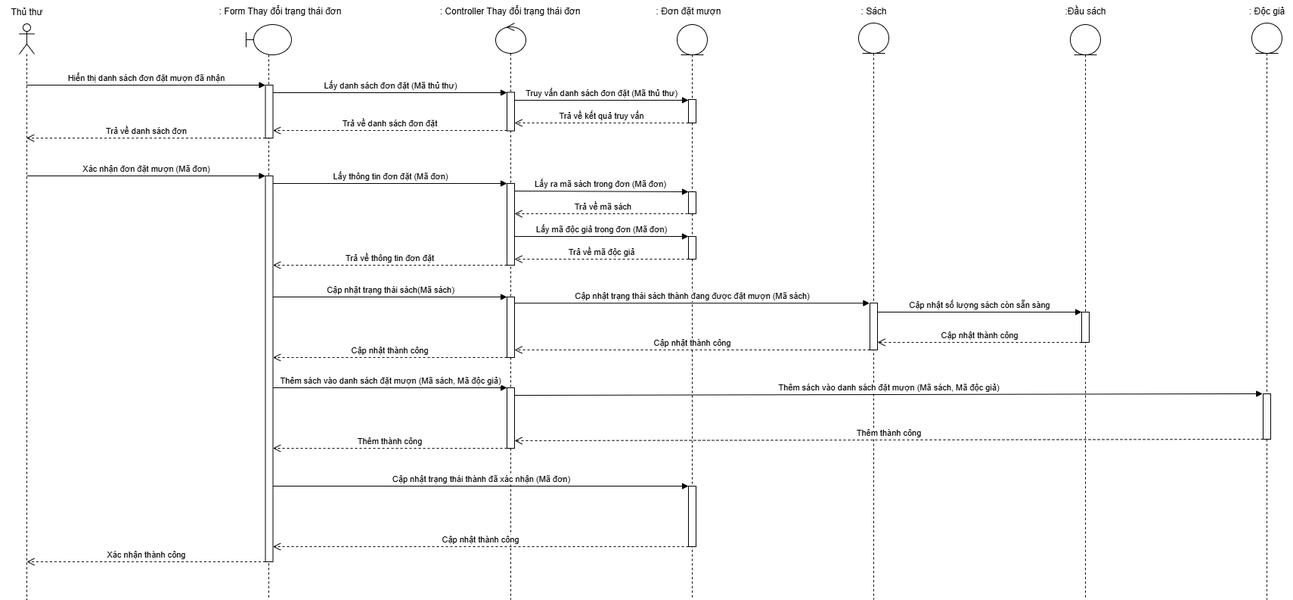
This is Sequence Diagram/UC Đặt mượn sách/Actor Thủ thư - Xác nhận đơn đặt mượn.png from kimcuongdev/LibrarySystemAD, a draw.io export, as it was before one commit. Source tidied: cells renumbered, new cells last; positions are measured from the earlier drawing's top-left corner, leaving out a move shared by most shapes.
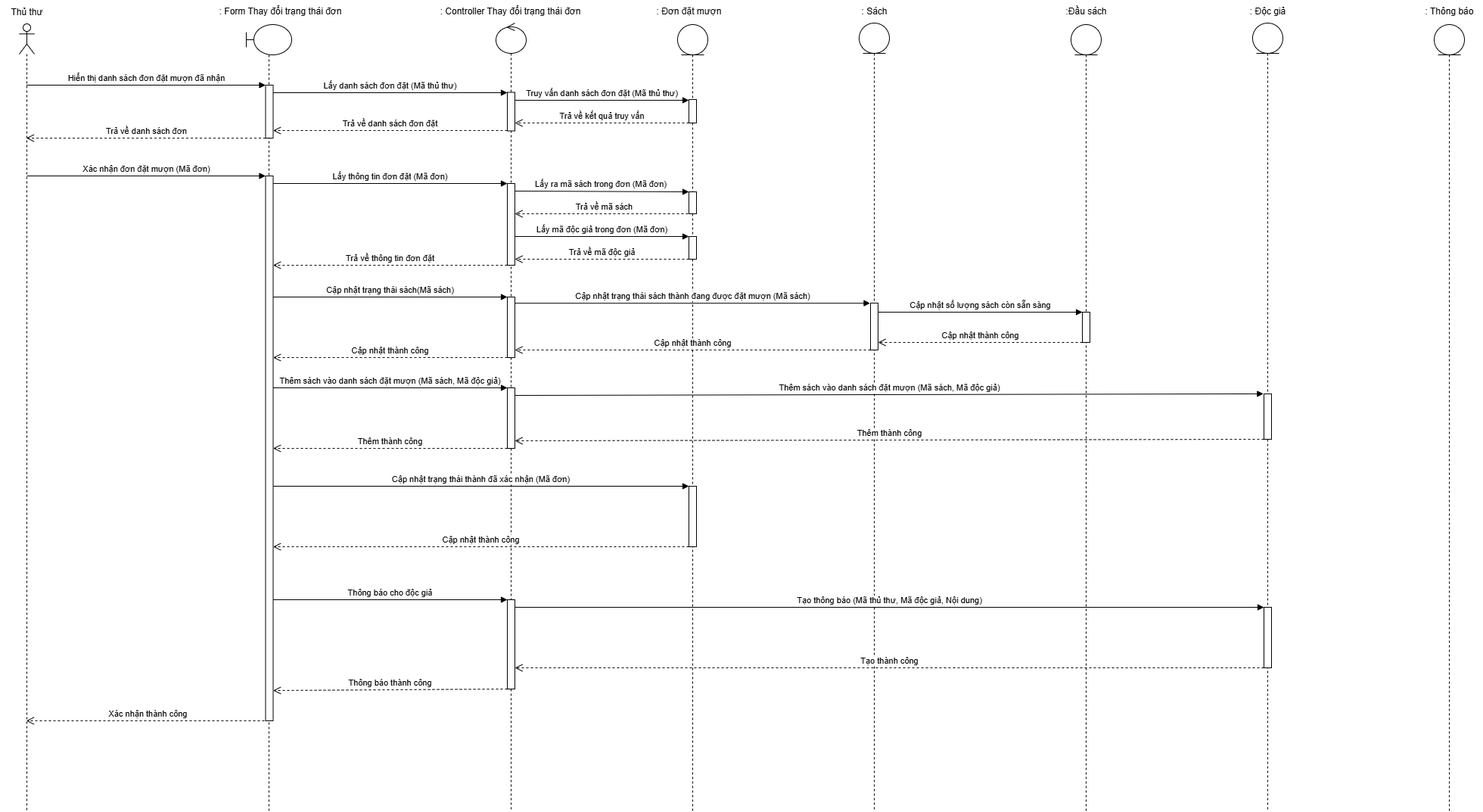
After the change.

What changed in the source:
```diff
@@ -3,10 +3,10 @@
     <mxCell id="0" />
     <mxCell id="1" parent="0" />
     <mxCell id="2" style="shape=umlLifeline;perimeter=lifelinePerimeter;whiteSpace=wrap;html=1;outlineConnect=0;portConstraint=eastwest;newEdgeStyle={&quot;curved&quot;:0,&quot;rounded&quot;:0};participant=umlActor;" parent="1" vertex="1">
-      <mxGeometry x="25" y="31" width="20" height="761" as="geometry" />
+      <mxGeometry x="25" y="31" width="20" height="1041" as="geometry" />
     </mxCell>
     <mxCell id="3" style="shape=umlLifeline;perimeter=lifelinePerimeter;whiteSpace=wrap;html=1;newEdgeStyle={&quot;curved&quot;:0,&quot;rounded&quot;:0};participant=umlBoundary;" parent="1" vertex="1">
-      <mxGeometry x="325" y="32" width="60" height="760" as="geometry" />
+      <mxGeometry x="325" y="32" width="60" height="1040" as="geometry" />
     </mxCell>
     <mxCell id="4" style="html=1;perimeter=orthogonalPerimeter;targetShapes=umlLifeline;newEdgeStyle={&quot;curved&quot;:0,&quot;rounded&quot;:0};" parent="3" vertex="1">
       <mxGeometry x="25.5" y="80" width="10" height="70" as="geometry" />
@@ -32,10 +32,10 @@
       </mxGeometry>
     </mxCell>
     <mxCell id="9" style="html=1;points=[[0,0,0,0,5],[0,1,0,0,-5],[1,0,0,0,5],[1,1,0,0,-5]];perimeter=orthogonalPerimeter;outlineConnect=0;targetShapes=umlLifeline;portConstraint=eastwest;newEdgeStyle={&quot;curved&quot;:0,&quot;rounded&quot;:0};" parent="3" vertex="1">
-      <mxGeometry x="25.5" y="200" width="10" height="510" as="geometry" />
+      <mxGeometry x="25.5" y="200" width="10" height="720" as="geometry" />
     </mxCell>
     <mxCell id="10" style="shape=umlLifeline;perimeter=lifelinePerimeter;whiteSpace=wrap;html=1;newEdgeStyle={&quot;curved&quot;:0,&quot;rounded&quot;:0};participant=umlControl;" parent="1" vertex="1">
-      <mxGeometry x="655" y="30" width="40" height="762" as="geometry" />
+      <mxGeometry x="655" y="30" width="40" height="1042" as="geometry" />
     </mxCell>
     <mxCell id="11" style="html=1;points=[[0,0,0,0,5],[0,1,0,0,-5],[1,0,0,0,5],[1,1,0,0,-5]];perimeter=orthogonalPerimeter;outlineConnect=0;targetShapes=umlLifeline;portConstraint=eastwest;newEdgeStyle={&quot;curved&quot;:0,&quot;rounded&quot;:0};" parent="10" vertex="1">
       <mxGeometry x="15" y="91.5" width="10" height="51" as="geometry" />
@@ -49,8 +49,11 @@
     <mxCell id="14" style="html=1;perimeter=orthogonalPerimeter;targetShapes=umlLifeline;newEdgeStyle={&quot;curved&quot;:0,&quot;rounded&quot;:0};" parent="10" vertex="1">
       <mxGeometry x="15" y="482" width="10" height="80" as="geometry" />
     </mxCell>
+    <mxCell id="56" style="html=1;points=[[0,0,0,0,5],[0,1,0,0,-5],[1,0,0,0,5],[1,1,0,0,-5]];perimeter=orthogonalPerimeter;outlineConnect=0;targetShapes=umlLifeline;portConstraint=eastwest;newEdgeStyle={&quot;curved&quot;:0,&quot;rounded&quot;:0};" parent="10" vertex="1">
+      <mxGeometry x="15" y="762" width="10" height="118" as="geometry" />
+    </mxCell>
     <mxCell id="15" style="shape=umlLifeline;perimeter=lifelinePerimeter;whiteSpace=wrap;html=1;newEdgeStyle={&quot;curved&quot;:0,&quot;rounded&quot;:0};participant=umlEntity;" parent="1" vertex="1">
-      <mxGeometry x="895" y="32" width="40" height="760" as="geometry" />
+      <mxGeometry x="895" y="32" width="40" height="1040" as="geometry" />
     </mxCell>
     <mxCell id="16" style="html=1;perimeter=orthogonalPerimeter;targetShapes=umlLifeline;newEdgeStyle={&quot;curved&quot;:0,&quot;rounded&quot;:0};" parent="15" vertex="1">
       <mxGeometry x="15" y="99" width="10" height="31" as="geometry" />
@@ -74,13 +77,13 @@
       <mxGeometry x="15" y="610" width="10" height="80" as="geometry" />
     </mxCell>
     <mxCell id="21" style="shape=umlLifeline;perimeter=lifelinePerimeter;whiteSpace=wrap;html=1;newEdgeStyle={&quot;curved&quot;:0,&quot;rounded&quot;:0};participant=umlEntity;" parent="1" vertex="1">
-      <mxGeometry x="1415" y="32" width="40" height="760" as="geometry" />
+      <mxGeometry x="1415" y="32" width="40" height="1040" as="geometry" />
     </mxCell>
     <mxCell id="22" style="html=1;perimeter=orthogonalPerimeter;targetShapes=umlLifeline;newEdgeStyle={&quot;curved&quot;:0,&quot;rounded&quot;:0};" parent="21" vertex="1">
       <mxGeometry x="15" y="380" width="10" height="40" as="geometry" />
     </mxCell>
     <mxCell id="23" style="shape=umlLifeline;perimeter=lifelinePerimeter;whiteSpace=wrap;html=1;newEdgeStyle={&quot;curved&quot;:0,&quot;rounded&quot;:0};participant=umlEntity;" parent="1" vertex="1">
-      <mxGeometry x="1135" y="30" width="40" height="762" as="geometry" />
+      <mxGeometry x="1135" y="30" width="40" height="1042" as="geometry" />
     </mxCell>
     <mxCell id="24" style="html=1;points=[[0,0,0,0,5],[0,1,0,0,-5],[1,0,0,0,5],[1,1,0,0,-5]];perimeter=orthogonalPerimeter;outlineConnect=0;targetShapes=umlLifeline;portConstraint=eastwest;newEdgeStyle={&quot;curved&quot;:0,&quot;rounded&quot;:0};" parent="23" vertex="1">
       <mxGeometry x="15" y="370" width="10" height="62" as="geometry" />
@@ -104,11 +107,14 @@
       <mxGeometry x="1395" width="80" height="30" as="geometry" />
     </mxCell>
     <mxCell id="31" style="shape=umlLifeline;perimeter=lifelinePerimeter;whiteSpace=wrap;html=1;newEdgeStyle={&quot;curved&quot;:0,&quot;rounded&quot;:0};participant=umlEntity;" parent="1" vertex="1">
-      <mxGeometry x="1655" y="30" width="40" height="762" as="geometry" />
+      <mxGeometry x="1655" y="30" width="40" height="1042" as="geometry" />
     </mxCell>
     <mxCell id="32" style="html=1;points=[[0,0,0,0,5],[0,1,0,0,-5],[1,0,0,0,5],[1,1,0,0,-5]];perimeter=orthogonalPerimeter;outlineConnect=0;targetShapes=umlLifeline;portConstraint=eastwest;newEdgeStyle={&quot;curved&quot;:0,&quot;rounded&quot;:0};" parent="31" vertex="1">
       <mxGeometry x="15" y="490" width="10" height="60" as="geometry" />
     </mxCell>
+    <mxCell id="57" style="html=1;perimeter=orthogonalPerimeter;targetShapes=umlLifeline;newEdgeStyle={&quot;curved&quot;:0,&quot;rounded&quot;:0};" parent="31" vertex="1">
+      <mxGeometry x="15" y="772" width="10" height="80" as="geometry" />
+    </mxCell>
     <mxCell id="33" value=": Độc giả" style="text;html=1;align=center;verticalAlign=middle;strokeColor=none;fillColor=none;" parent="1" vertex="1">
       <mxGeometry x="1640" width="70" height="30" as="geometry" />
     </mxCell>
@@ -118,11 +124,6 @@
         <mxPoint x="350.5" y="232" as="targetPoint" />
       </mxGeometry>
     </mxCell>
-    <mxCell id="35" value="Xác nhận thành công" style="html=1;verticalAlign=bottom;endArrow=open;dashed=1;endSize=8;curved=0;rounded=0;" parent="1" edge="1" source="9">
-      <mxGeometry relative="1" as="geometry">
-        <mxPoint x="35" y="742" as="targetPoint" />
-      </mxGeometry>
-    </mxCell>
     <mxCell id="36" value="Lấy thông tin đơn đặt (Mã đơn)" style="html=1;verticalAlign=bottom;endArrow=block;curved=0;rounded=0;" parent="1" edge="1" source="9">
       <mxGeometry relative="1" as="geometry">
         <mxPoint x="670" y="242" as="targetPoint" />
@@ -203,7 +204,7 @@
         <mxPoint x="680" y="162" as="targetPoint" />
       </mxGeometry>
     </mxCell>
-    <mxCell id="52" value="Thêm sách vào danh sách đặt mượn (Mã sách, Mã độc giả)" style="html=1;verticalAlign=bottom;endArrow=block;curved=0;rounded=0;entryX=-0.072;entryY=-0.001;entryDx=0;entryDy=0;entryPerimeter=0;" parent="1" edge="1" target="32">
+    <mxCell id="52" value="Thêm sách vào&amp;nbsp;danh sách đặt mượn (Mã sách, Mã độc giả)" style="html=1;verticalAlign=bottom;endArrow=block;curved=0;rounded=0;entryX=-0.072;entryY=-0.001;entryDx=0;entryDy=0;entryPerimeter=0;" parent="1" edge="1" target="32">
       <mxGeometry relative="1" as="geometry">
         <mxPoint x="680" y="522" as="sourcePoint" />
       </mxGeometry>
@@ -225,5 +226,39 @@
         <mxPoint x="360.5" y="722" as="targetPoint" />
       </mxGeometry>
     </mxCell>
+    <mxCell id="58" value="Thông báo cho độc giả" style="html=1;verticalAlign=bottom;endArrow=block;curved=0;rounded=0;entryX=0;entryY=0;entryDx=0;entryDy=5;" parent="1" edge="1">
+      <mxGeometry relative="1" as="geometry">
+        <mxPoint x="360.5" y="792" as="sourcePoint" />
+        <mxPoint x="670" y="792" as="targetPoint" />
+      </mxGeometry>
+    </mxCell>
+    <mxCell id="59" value="Thông báo thành công" style="html=1;verticalAlign=bottom;endArrow=open;dashed=1;endSize=8;curved=0;rounded=0;" parent="1" edge="1" source="56">
+      <mxGeometry relative="1" as="geometry">
+        <mxPoint x="360.5" y="912" as="targetPoint" />
+      </mxGeometry>
+    </mxCell>
+    <mxCell id="60" style="shape=umlLifeline;perimeter=lifelinePerimeter;whiteSpace=wrap;html=1;newEdgeStyle={&quot;curved&quot;:0,&quot;rounded&quot;:0};participant=umlEntity;" parent="1" vertex="1">
+      <mxGeometry x="1895" y="32" width="40" height="1040" as="geometry" />
+    </mxCell>
+    <mxCell id="61" value=": Thông báo" style="text;html=1;align=center;verticalAlign=middle;strokeColor=none;fillColor=none;" parent="1" vertex="1">
+      <mxGeometry x="1870" width="90" height="30" as="geometry" />
+    </mxCell>
+    <mxCell id="62" value="Tạo thông báo (Mã thủ thư, Mã độc giả, Nội dung)" style="html=1;verticalAlign=bottom;endArrow=block;curved=0;rounded=0;entryX=0;entryY=0;entryDx=0;entryDy=5;" parent="1" edge="1">
+      <mxGeometry relative="1" as="geometry">
+        <mxPoint x="680" y="802" as="sourcePoint" />
+        <mxPoint x="1670" y="802" as="targetPoint" />
+      </mxGeometry>
+    </mxCell>
+    <mxCell id="63" value="Tạo thành công" style="html=1;verticalAlign=bottom;endArrow=open;dashed=1;endSize=8;curved=0;rounded=0;exitX=0;exitY=1;exitDx=0;exitDy=-5;" parent="1" edge="1">
+      <mxGeometry relative="1" as="geometry">
+        <mxPoint x="1670" y="882" as="sourcePoint" />
+        <mxPoint x="680" y="882" as="targetPoint" />
+      </mxGeometry>
+    </mxCell>
+    <mxCell id="35" value="Xác nhận thành công" style="html=1;verticalAlign=bottom;endArrow=open;dashed=1;endSize=8;curved=0;rounded=0;" parent="1" edge="1" target="2">
+      <mxGeometry relative="1" as="geometry">
+        <mxPoint x="355" y="952" as="sourcePoint" />
+      </mxGeometry>
+    </mxCell>
   </root>
 </mxGraphModel>
```
